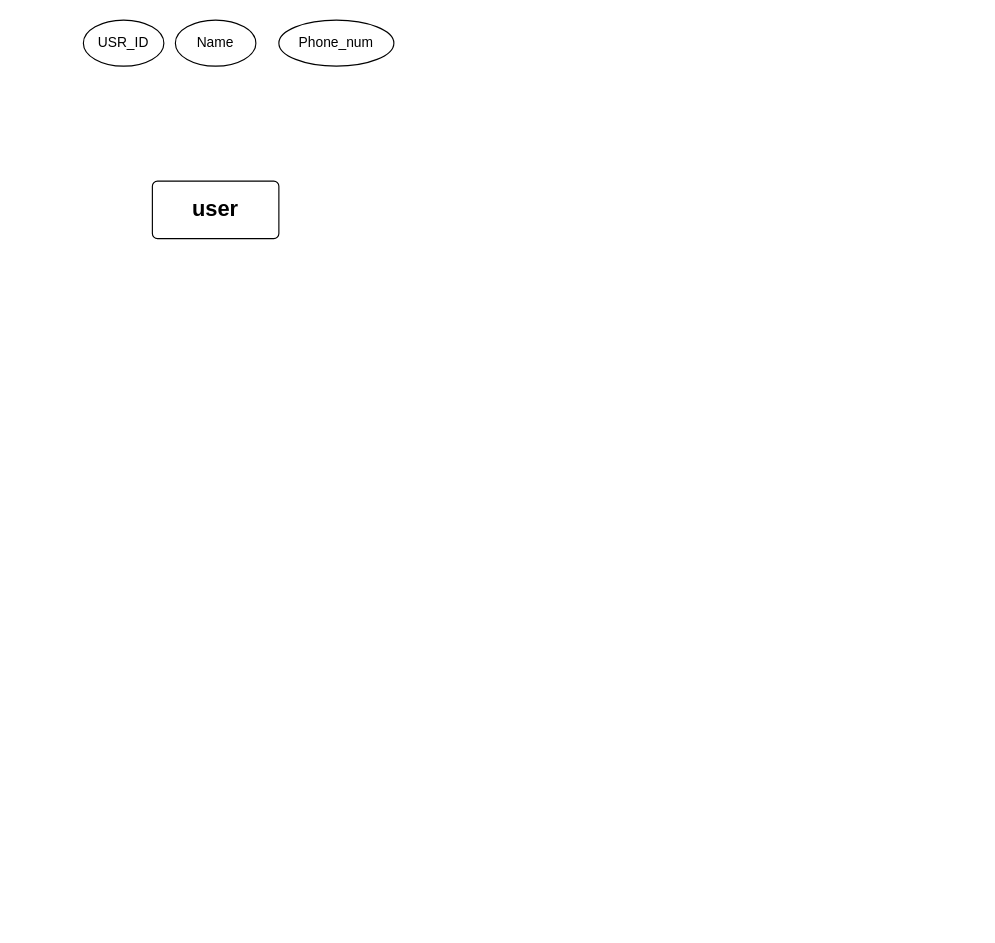
Earlier version of the draw.io diagram digrams/ERD-Digram.drawio (khaledkaram510/SWE-project). Source tidied: cells renumbered, new cells numbered last; positions are measured from the earlier drawing's top-left corner, leaving out a move shared by most shapes. Both pictures are drawn from the tidied source at 115%, with x=0, y=0 at pixel (83, 20).
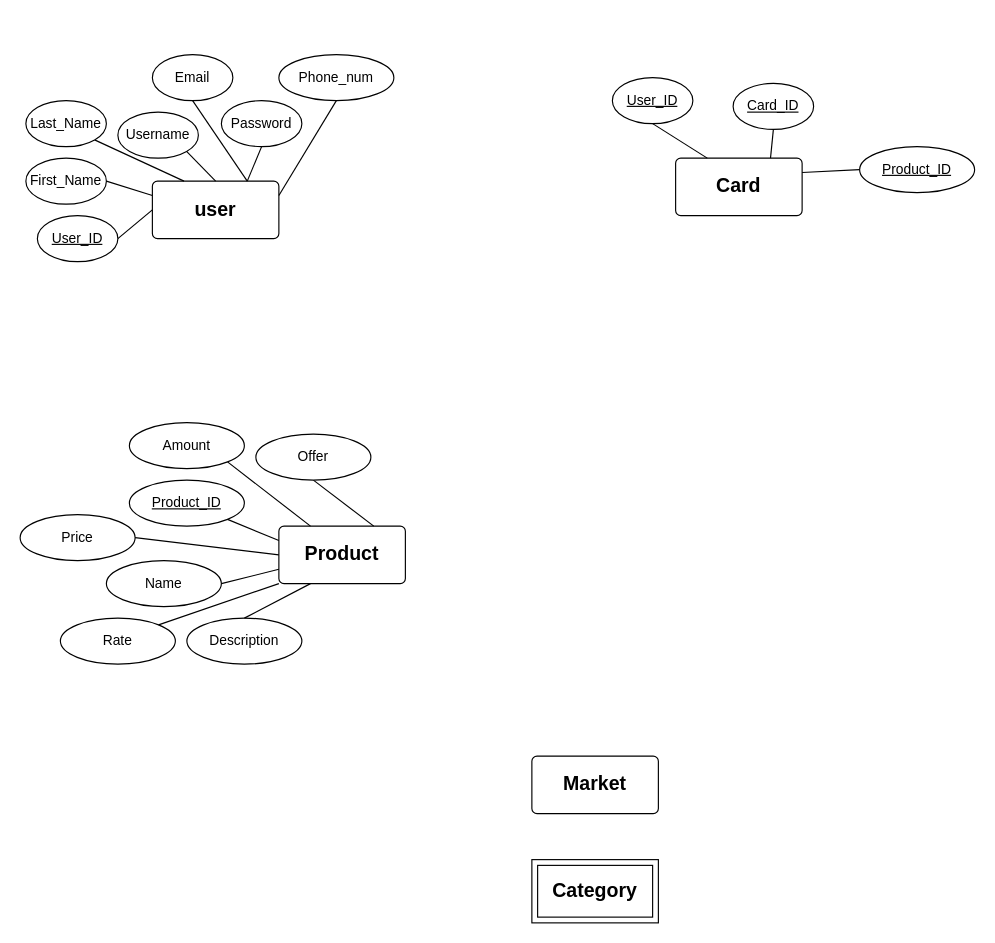
The same diagram, later.

The edit, as a diff of the source:
```diff
@@
-    <mxCell id="2" value="&lt;div&gt;&lt;b&gt;&lt;font style=&quot;font-size: 19px;&quot;&gt;user&lt;/font&gt;&lt;/b&gt;&lt;/div&gt;" style="rounded=1;arcSize=9;whiteSpace=wrap;html=1;align=center;" parent="1" vertex="1">
+    <mxCell id="2" value="&lt;div style=&quot;font-size: 18px;&quot;&gt;&lt;font size=&quot;1&quot;&gt;&lt;b&gt;&lt;font style=&quot;font-size: 17px;&quot;&gt;user&lt;/font&gt;&lt;/b&gt;&lt;/font&gt;&lt;/div&gt;" style="rounded=1;arcSize=9;whiteSpace=wrap;html=1;align=center;" parent="1" vertex="1">
       <mxGeometry x="60" y="140" width="110" height="50" as="geometry" />
     </mxCell>
-    <mxCell id="3" value="&lt;div&gt;Name&lt;/div&gt;" style="ellipse;whiteSpace=wrap;html=1;align=center;" parent="1" vertex="1">
-      <mxGeometry x="80" width="70" height="40" as="geometry" />
+    <mxCell id="3" value="&lt;div&gt;First_Name&lt;/div&gt;" style="ellipse;whiteSpace=wrap;html=1;align=center;" parent="1" vertex="1">
+      <mxGeometry x="-50" y="120" width="70" height="40" as="geometry" />
     </mxCell>
+    <mxCell id="6" style="edgeStyle=none;curved=1;rounded=0;jettySize=auto;html=1;exitX=1;exitY=0.5;exitDx=0;exitDy=0;entryX=0;entryY=0.5;entryDx=0;entryDy=0;fontSize=12;startSize=8;endSize=8;endArrow=none;endFill=0;" parent="1" edge="1" source="4" target="2">
+      <mxGeometry relative="1" as="geometry" />
+    </mxCell>
-    <mxCell id="4" value="&lt;div&gt;USR_ID&lt;/div&gt;" style="ellipse;whiteSpace=wrap;html=1;align=center;" parent="1" vertex="1">
-      <mxGeometry width="70" height="40" as="geometry" />
+    <mxCell id="4" value="&lt;div&gt;&lt;u&gt;User_ID&lt;/u&gt;&lt;/div&gt;" style="ellipse;whiteSpace=wrap;html=1;align=center;" parent="1" vertex="1">
+      <mxGeometry x="-40" y="170" width="70" height="40" as="geometry" />
     </mxCell>
+    <mxCell id="7" style="edgeStyle=none;curved=1;rounded=0;jettySize=auto;html=1;exitX=0.5;exitY=1;exitDx=0;exitDy=0;entryX=1;entryY=0.25;entryDx=0;entryDy=0;fontSize=12;startSize=8;endSize=8;endArrow=none;endFill=0;" parent="1" edge="1" source="5" target="2">
+      <mxGeometry relative="1" as="geometry" />
+    </mxCell>
     <mxCell id="5" value="&lt;div&gt;Phone_num&lt;/div&gt;" style="ellipse;whiteSpace=wrap;html=1;align=center;" parent="1" vertex="1">
-      <mxGeometry x="170" width="100" height="40" as="geometry" />
+      <mxGeometry x="170" y="30" width="100" height="40" as="geometry" />
     </mxCell>
+    <mxCell id="8" style="edgeStyle=none;curved=1;rounded=0;jettySize=auto;html=1;exitX=1;exitY=1;exitDx=0;exitDy=0;entryX=0.25;entryY=0;entryDx=0;entryDy=0;fontSize=12;startSize=8;endSize=8;endArrow=none;endFill=0;" parent="1" edge="1" source="9" target="2">
+      <mxGeometry relative="1" as="geometry" />
+    </mxCell>
+    <mxCell id="9" value="&lt;div&gt;Last_Name&lt;/div&gt;" style="ellipse;whiteSpace=wrap;html=1;align=center;" parent="1" vertex="1">
+      <mxGeometry x="-50" y="70" width="70" height="40" as="geometry" />
+    </mxCell>
+    <mxCell id="10" style="edgeStyle=none;curved=1;rounded=0;jettySize=auto;html=1;exitX=1;exitY=1;exitDx=0;exitDy=0;entryX=0.5;entryY=0;entryDx=0;entryDy=0;fontSize=12;startSize=8;endSize=8;endArrow=none;endFill=0;" parent="1" edge="1" source="11" target="2">
+      <mxGeometry relative="1" as="geometry" />
+    </mxCell>
+    <mxCell id="11" value="&lt;div&gt;Username&lt;/div&gt;" style="ellipse;whiteSpace=wrap;html=1;align=center;" parent="1" vertex="1">
+      <mxGeometry x="30" y="80" width="70" height="40" as="geometry" />
+    </mxCell>
+    <mxCell id="12" style="edgeStyle=none;curved=1;rounded=0;jettySize=auto;html=1;exitX=0.5;exitY=1;exitDx=0;exitDy=0;entryX=0.75;entryY=0;entryDx=0;entryDy=0;fontSize=12;startSize=8;endSize=8;endArrow=none;endFill=0;" parent="1" edge="1" source="13" target="2">
+      <mxGeometry relative="1" as="geometry" />
+    </mxCell>
+    <mxCell id="13" value="Password" style="ellipse;whiteSpace=wrap;html=1;align=center;" parent="1" vertex="1">
+      <mxGeometry x="120" y="70" width="70" height="40" as="geometry" />
+    </mxCell>
+    <mxCell id="14" style="edgeStyle=none;curved=1;rounded=0;jettySize=auto;html=1;exitX=0.5;exitY=1;exitDx=0;exitDy=0;entryX=0.75;entryY=0;entryDx=0;entryDy=0;fontSize=12;startSize=8;endSize=8;endArrow=none;endFill=0;" parent="1" edge="1" source="15" target="2">
+      <mxGeometry relative="1" as="geometry" />
+    </mxCell>
+    <mxCell id="15" value="&lt;div&gt;Email&lt;/div&gt;" style="ellipse;whiteSpace=wrap;html=1;align=center;" parent="1" vertex="1">
+      <mxGeometry x="60" y="30" width="70" height="40" as="geometry" />
+    </mxCell>
+    <mxCell id="16" style="edgeStyle=none;curved=1;rounded=0;jettySize=auto;html=1;exitX=1;exitY=0.5;exitDx=0;exitDy=0;entryX=0;entryY=0.25;entryDx=0;entryDy=0;fontSize=12;startSize=8;endSize=8;endArrow=none;endFill=0;" parent="1" edge="1" source="3" target="2">
+      <mxGeometry relative="1" as="geometry" />
+    </mxCell>
+    <mxCell id="17" value="&lt;font style=&quot;font-size: 17px;&quot;&gt;&lt;b&gt;Market&lt;/b&gt;&lt;/font&gt;" style="rounded=1;arcSize=9;whiteSpace=wrap;html=1;align=center;" parent="1" vertex="1">
+      <mxGeometry x="390" y="640" width="110" height="50" as="geometry" />
+    </mxCell>
+    <mxCell id="18" value="&lt;font style=&quot;font-size: 17px;&quot;&gt;&lt;b&gt;Product&lt;/b&gt;&lt;/font&gt;" style="rounded=1;arcSize=9;whiteSpace=wrap;html=1;align=center;" parent="1" vertex="1">
+      <mxGeometry x="170" y="440" width="110" height="50" as="geometry" />
+    </mxCell>
+    <mxCell id="19" value="&lt;div&gt;&lt;font style=&quot;font-size: 17px;&quot;&gt;&lt;b&gt;Card&lt;/b&gt;&lt;/font&gt;&lt;/div&gt;" style="rounded=1;arcSize=9;whiteSpace=wrap;html=1;align=center;" parent="1" vertex="1">
+      <mxGeometry x="515" y="120" width="110" height="50" as="geometry" />
+    </mxCell>
+    <mxCell id="20" style="edgeStyle=none;curved=1;rounded=0;jettySize=auto;html=1;exitX=0.5;exitY=1;exitDx=0;exitDy=0;entryX=0.25;entryY=0;entryDx=0;entryDy=0;fontSize=12;startSize=8;endSize=8;endArrow=none;endFill=0;" parent="1" edge="1" source="21" target="19">
+      <mxGeometry relative="1" as="geometry" />
+    </mxCell>
+    <mxCell id="21" value="&lt;div&gt;&lt;u&gt;User_ID&lt;/u&gt;&lt;/div&gt;" style="ellipse;whiteSpace=wrap;html=1;align=center;" parent="1" vertex="1">
+      <mxGeometry x="460" y="50" width="70" height="40" as="geometry" />
+    </mxCell>
+    <mxCell id="22" style="edgeStyle=none;curved=1;rounded=0;jettySize=auto;html=1;exitX=0.5;exitY=1;exitDx=0;exitDy=0;entryX=0.75;entryY=0;entryDx=0;entryDy=0;fontSize=12;startSize=8;endSize=8;endArrow=none;endFill=0;" parent="1" edge="1" source="23" target="19">
+      <mxGeometry relative="1" as="geometry" />
+    </mxCell>
+    <mxCell id="23" value="&lt;div&gt;&lt;u&gt;Card_ID&lt;/u&gt;&lt;/div&gt;" style="ellipse;whiteSpace=wrap;html=1;align=center;" parent="1" vertex="1">
+      <mxGeometry x="565" y="55" width="70" height="40" as="geometry" />
+    </mxCell>
+    <mxCell id="24" style="edgeStyle=none;curved=1;rounded=0;jettySize=auto;html=1;exitX=0;exitY=0.5;exitDx=0;exitDy=0;entryX=1;entryY=0.25;entryDx=0;entryDy=0;fontSize=12;startSize=8;endSize=8;endArrow=none;endFill=0;" parent="1" edge="1" source="25" target="19">
+      <mxGeometry relative="1" as="geometry" />
+    </mxCell>
+    <mxCell id="25" value="&lt;div&gt;&lt;u&gt;Product_ID&lt;/u&gt;&lt;/div&gt;" style="ellipse;whiteSpace=wrap;html=1;align=center;" parent="1" vertex="1">
+      <mxGeometry x="675" y="110" width="100" height="40" as="geometry" />
+    </mxCell>
+    <mxCell id="26" value="&lt;font style=&quot;font-size: 17px;&quot;&gt;&lt;b&gt;Category&lt;/b&gt;&lt;/font&gt;" style="shape=ext;margin=3;double=1;whiteSpace=wrap;html=1;align=center;" parent="1" vertex="1">
+      <mxGeometry x="390" y="730" width="110" height="55" as="geometry" />
+    </mxCell>
+    <mxCell id="27" value="&lt;div&gt;&lt;u&gt;Product_ID&lt;/u&gt;&lt;/div&gt;" style="ellipse;whiteSpace=wrap;html=1;align=center;" parent="1" vertex="1">
+      <mxGeometry x="40" y="400" width="100" height="40" as="geometry" />
+    </mxCell>
+    <mxCell id="28" value="&lt;div&gt;Price&lt;/div&gt;" style="ellipse;whiteSpace=wrap;html=1;align=center;" parent="1" vertex="1">
+      <mxGeometry x="-55" y="430" width="100" height="40" as="geometry" />
+    </mxCell>
+    <mxCell id="29" style="rounded=0;jettySize=auto;html=1;exitX=1;exitY=1;exitDx=0;exitDy=0;entryX=0.25;entryY=0;entryDx=0;entryDy=0;endArrow=none;endFill=0;" parent="1" edge="1" source="30" target="18">
+      <mxGeometry relative="1" as="geometry" />
+    </mxCell>
+    <mxCell id="30" value="&lt;div&gt;Amount&lt;/div&gt;" style="ellipse;whiteSpace=wrap;html=1;align=center;" parent="1" vertex="1">
+      <mxGeometry x="40" y="350" width="100" height="40" as="geometry" />
+    </mxCell>
+    <mxCell id="31" style="rounded=0;jettySize=auto;html=1;exitX=0.5;exitY=1;exitDx=0;exitDy=0;entryX=0.75;entryY=0;entryDx=0;entryDy=0;endArrow=none;endFill=0;" parent="1" edge="1" source="32" target="18">
+      <mxGeometry relative="1" as="geometry" />
+    </mxCell>
+    <mxCell id="32" value="Offer" style="ellipse;whiteSpace=wrap;html=1;align=center;" parent="1" vertex="1">
+      <mxGeometry x="150" y="360" width="100" height="40" as="geometry" />
+    </mxCell>
+    <mxCell id="33" style="rounded=0;jettySize=auto;html=1;exitX=1;exitY=1;exitDx=0;exitDy=0;entryX=0;entryY=0.25;entryDx=0;entryDy=0;endArrow=none;endFill=0;" parent="1" edge="1" source="27" target="18">
+      <mxGeometry relative="1" as="geometry" />
+    </mxCell>
+    <mxCell id="34" style="rounded=0;jettySize=auto;html=1;exitX=1;exitY=0.5;exitDx=0;exitDy=0;entryX=0;entryY=0.5;entryDx=0;entryDy=0;endArrow=none;endFill=0;" parent="1" edge="1" source="28" target="18">
+      <mxGeometry relative="1" as="geometry" />
+    </mxCell>
+    <mxCell id="35" value="Name" style="ellipse;whiteSpace=wrap;html=1;align=center;" parent="1" vertex="1">
+      <mxGeometry x="20" y="470" width="100" height="40" as="geometry" />
+    </mxCell>
+    <mxCell id="36" style="rounded=0;jettySize=auto;html=1;exitX=1;exitY=0.5;exitDx=0;exitDy=0;entryX=0;entryY=0.75;entryDx=0;entryDy=0;endArrow=none;endFill=0;" parent="1" edge="1" source="35" target="18">
+      <mxGeometry relative="1" as="geometry" />
+    </mxCell>
+    <mxCell id="37" value="Rate" style="ellipse;whiteSpace=wrap;html=1;align=center;" parent="1" vertex="1">
+      <mxGeometry x="-20" y="520" width="100" height="40" as="geometry" />
+    </mxCell>
+    <mxCell id="38" value="&lt;div&gt;Description&lt;/div&gt;" style="ellipse;whiteSpace=wrap;html=1;align=center;" parent="1" vertex="1">
+      <mxGeometry x="90" y="520" width="100" height="40" as="geometry" />
+    </mxCell>
+    <mxCell id="39" style="rounded=0;jettySize=auto;html=1;entryX=0.25;entryY=1;entryDx=0;entryDy=0;endArrow=none;endFill=0;exitX=0.5;exitY=0;exitDx=0;exitDy=0;" parent="1" edge="1" source="38" target="18">
+      <mxGeometry relative="1" as="geometry" />
+    </mxCell>
+    <mxCell id="40" style="rounded=0;jettySize=auto;html=1;exitX=1;exitY=0;exitDx=0;exitDy=0;entryX=0;entryY=1;entryDx=0;entryDy=0;endArrow=none;endFill=0;" parent="1" edge="1" source="37" target="18">
+      <mxGeometry relative="1" as="geometry" />
+    </mxCell>
```
